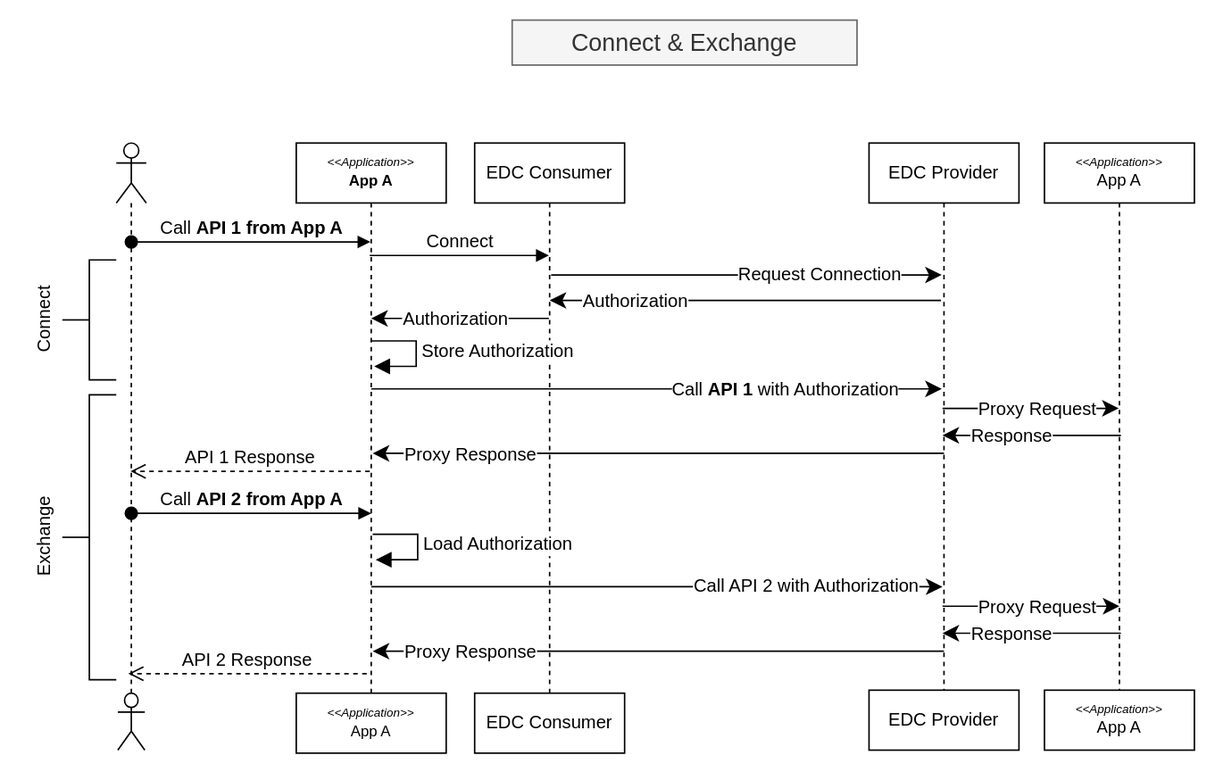
Above: docs/patterns/connect&exchange/media/connect&exchange-context.svg in eclipse-tractusx/sig-architecture (draw.io), before the change. Source tidied: cells renumbered, new cells last; positions are measured from the earlier drawing's top-left corner, leaving out a move shared by most shapes.
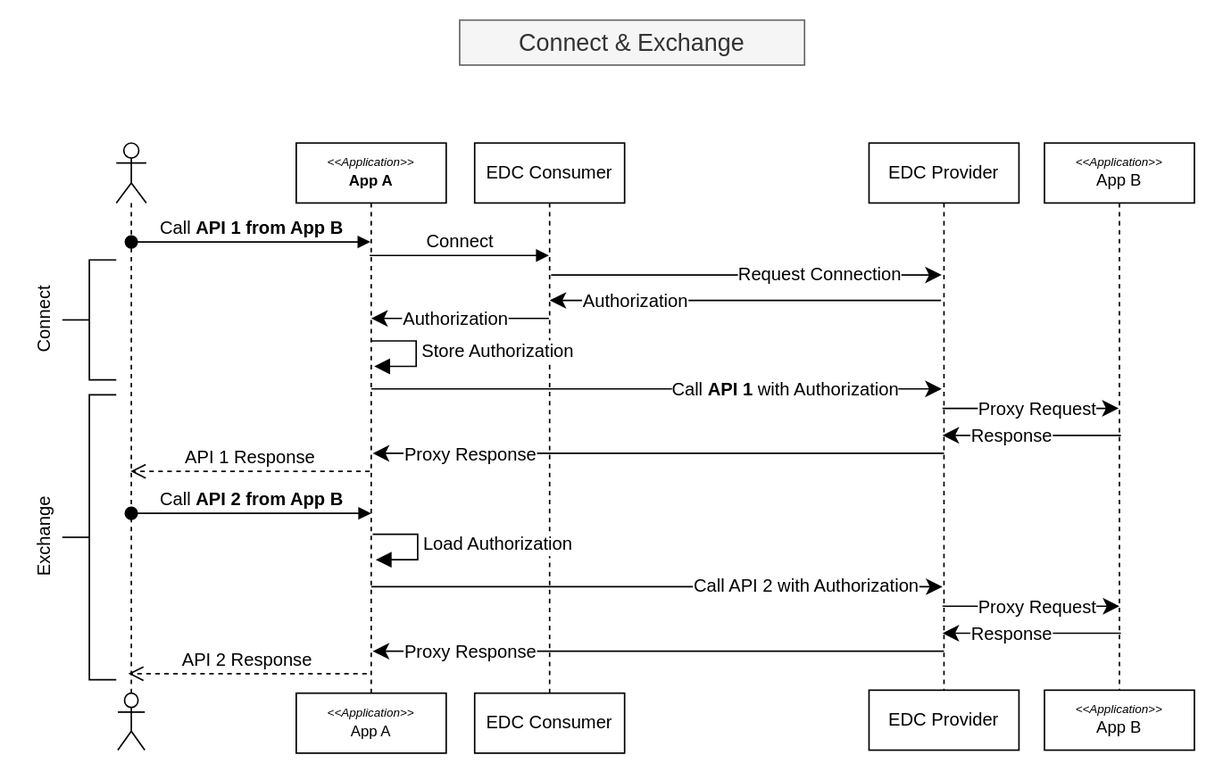
Later version of the same file.

What changed in the source:
```diff
@@ -28,7 +28,7 @@
         <mxPoint x="49.5" y="75" as="targetPoint" />
       </mxGeometry>
     </mxCell>
-    <mxCell id="8" value="&lt;div style=&quot;font-size: 11px;&quot;&gt;&lt;div style=&quot;font-size: 8px;&quot;&gt;&lt;i&gt;&amp;lt;&amp;lt;Application&amp;gt;&amp;gt;&lt;/i&gt;&lt;/div&gt;&lt;span style=&quot;font-size: 12px;&quot;&gt;&lt;/span&gt;App A&lt;/div&gt;" style="shape=umlLifeline;perimeter=lifelinePerimeter;whiteSpace=wrap;html=1;newEdgeStyle={&quot;edgeStyle&quot;:&quot;elbowEdgeStyle&quot;,&quot;elbow&quot;:&quot;vertical&quot;,&quot;curved&quot;:0,&quot;rounded&quot;:0};" parent="1" vertex="1">
+    <mxCell id="8" value="&lt;div style=&quot;font-size: 11px;&quot;&gt;&lt;div style=&quot;font-size: 8px;&quot;&gt;&lt;i&gt;&amp;lt;&amp;lt;Application&amp;gt;&amp;gt;&lt;/i&gt;&lt;/div&gt;&lt;span style=&quot;font-size: 12px;&quot;&gt;&lt;/span&gt;App B&lt;/div&gt;" style="shape=umlLifeline;perimeter=lifelinePerimeter;whiteSpace=wrap;html=1;newEdgeStyle={&quot;edgeStyle&quot;:&quot;elbowEdgeStyle&quot;,&quot;elbow&quot;:&quot;vertical&quot;,&quot;curved&quot;:0,&quot;rounded&quot;:0};" parent="1" vertex="1">
       <mxGeometry x="709" y="82" width="100" height="365" as="geometry" />
     </mxCell>
     <mxCell id="9" style="edgeStyle=none;curved=0;rounded=0;orthogonalLoop=1;jettySize=auto;html=1;exitX=1;exitY=0;exitDx=0;exitDy=5;exitPerimeter=0;fontSize=12;startSize=8;endSize=8;" parent="1" edge="1">
@@ -154,7 +154,7 @@
     <mxCell id="30" style="shape=umlLifeline;perimeter=lifelinePerimeter;whiteSpace=wrap;html=1;outlineConnect=0;portConstraint=eastwest;newEdgeStyle={&quot;curved&quot;:0,&quot;rounded&quot;:0};participant=umlActor;" parent="1" vertex="1">
       <mxGeometry x="90" y="82" width="20" height="377" as="geometry" />
     </mxCell>
-    <mxCell id="31" value="Call &lt;b&gt;API 1 from App A&lt;/b&gt;" style="html=1;verticalAlign=bottom;startArrow=oval;startFill=1;endArrow=block;startSize=8;curved=0;rounded=0;fontSize=12;" parent="1" edge="1" target="4">
+    <mxCell id="31" value="Call &lt;b&gt;API 1 from App B&lt;/b&gt;" style="html=1;verticalAlign=bottom;startArrow=oval;startFill=1;endArrow=block;startSize=8;curved=0;rounded=0;fontSize=12;" parent="1" edge="1" target="4">
       <mxGeometry relative="1" as="geometry">
         <mxPoint x="100" y="148" as="sourcePoint" />
       </mxGeometry>
@@ -164,7 +164,7 @@
         <mxPoint x="259" y="301" as="sourcePoint" />
       </mxGeometry>
     </mxCell>
-    <mxCell id="33" value="Call &lt;b&gt;API 2 from App A&lt;/b&gt;" style="html=1;verticalAlign=bottom;startArrow=oval;startFill=1;endArrow=block;startSize=8;curved=0;rounded=0;fontSize=12;" parent="1" edge="1">
+    <mxCell id="33" value="Call &lt;b&gt;API 2 from App B&lt;/b&gt;" style="html=1;verticalAlign=bottom;startArrow=oval;startFill=1;endArrow=block;startSize=8;curved=0;rounded=0;fontSize=12;" parent="1" edge="1">
       <mxGeometry relative="1" as="geometry">
         <mxPoint x="100" y="329" as="sourcePoint" />
         <mxPoint x="260" y="329" as="targetPoint" />
@@ -198,7 +198,7 @@
     <mxCell id="39" value="EDC Provider&lt;div style=&quot;font-size: 8px;&quot;&gt;&lt;/div&gt;" style="rounded=0;whiteSpace=wrap;html=1;" parent="1" vertex="1">
       <mxGeometry x="592" y="447" width="100" height="40" as="geometry" />
     </mxCell>
-    <mxCell id="40" value="&lt;div style=&quot;font-size: 11px;&quot;&gt;&lt;div style=&quot;font-size: 8px;&quot;&gt;&lt;i&gt;&amp;lt;&amp;lt;Application&amp;gt;&amp;gt;&lt;/i&gt;&lt;/div&gt;&lt;span style=&quot;font-size: 12px;&quot;&gt;&lt;/span&gt;App A&lt;/div&gt;" style="rounded=0;whiteSpace=wrap;html=1;" parent="1" vertex="1">
+    <mxCell id="40" value="&lt;div style=&quot;font-size: 11px;&quot;&gt;&lt;div style=&quot;font-size: 8px;&quot;&gt;&lt;i&gt;&amp;lt;&amp;lt;Application&amp;gt;&amp;gt;&lt;/i&gt;&lt;/div&gt;&lt;span style=&quot;font-size: 12px;&quot;&gt;&lt;/span&gt;App B&lt;/div&gt;" style="rounded=0;whiteSpace=wrap;html=1;" parent="1" vertex="1">
       <mxGeometry x="709" y="447" width="100" height="40" as="geometry" />
     </mxCell>
     <mxCell id="41" style="html=1;shape=mxgraph.flowchart.annotation_2;align=left;labelPosition=right;" parent="1" vertex="1">
@@ -214,7 +214,7 @@
       <mxGeometry y="330" width="80" height="30" as="geometry" />
     </mxCell>
     <mxCell id="45" value="Connect &amp;amp; Exchange" style="text;html=1;align=center;verticalAlign=middle;whiteSpace=wrap;rounded=0;fontSize=16;fillColor=#f5f5f5;fontColor=#333333;strokeColor=#666666;" parent="1" vertex="1">
-      <mxGeometry x="354" width="230" height="30" as="geometry" />
+      <mxGeometry x="319" width="230" height="30" as="geometry" />
     </mxCell>
   </root>
 </mxGraphModel>
```
